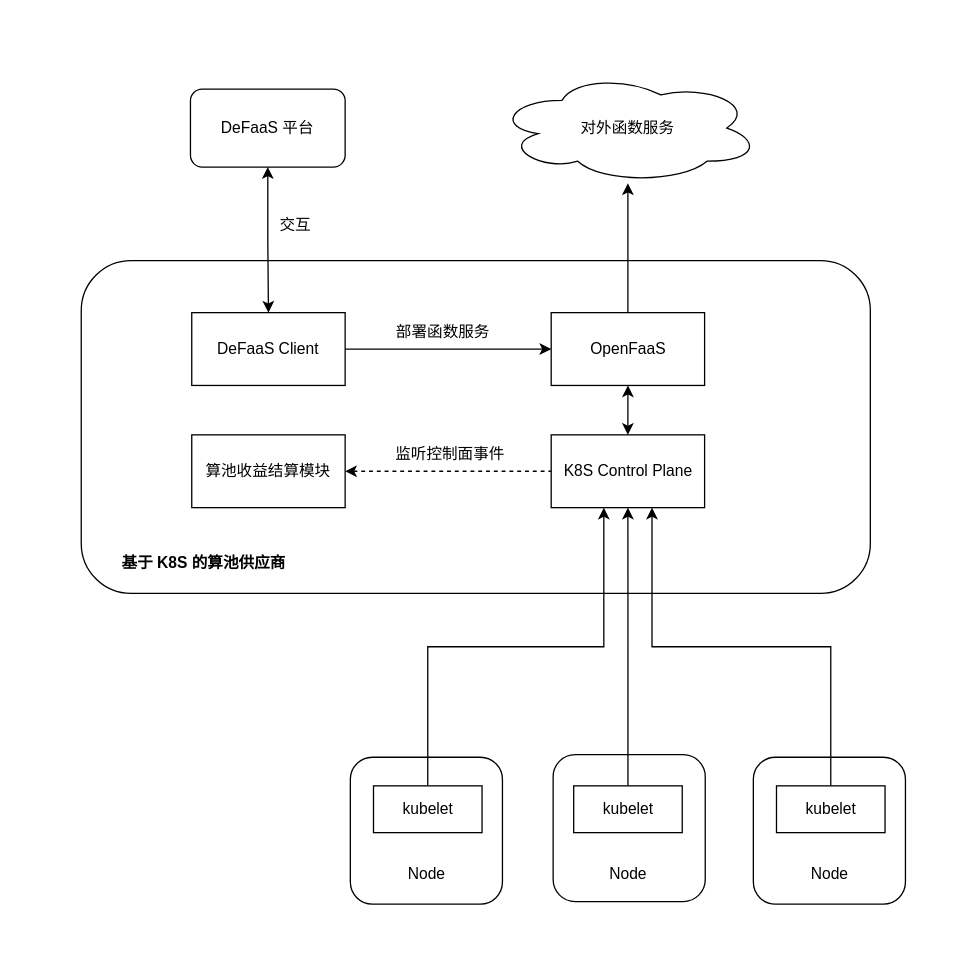
Above: docs/defaas-docs/defaas-imgs/K8S-based-Computing-Pool-Provider.drawio in BangHonor/DeFaaS (draw.io), before the change. Source tidied: cells renumbered, new cells numbered last; positions are measured from the earlier drawing's top-left corner, leaving out a move shared by most shapes. Both pictures are drawn from the tidied source at 130%, with x=0, y=0 at pixel (81, 72).
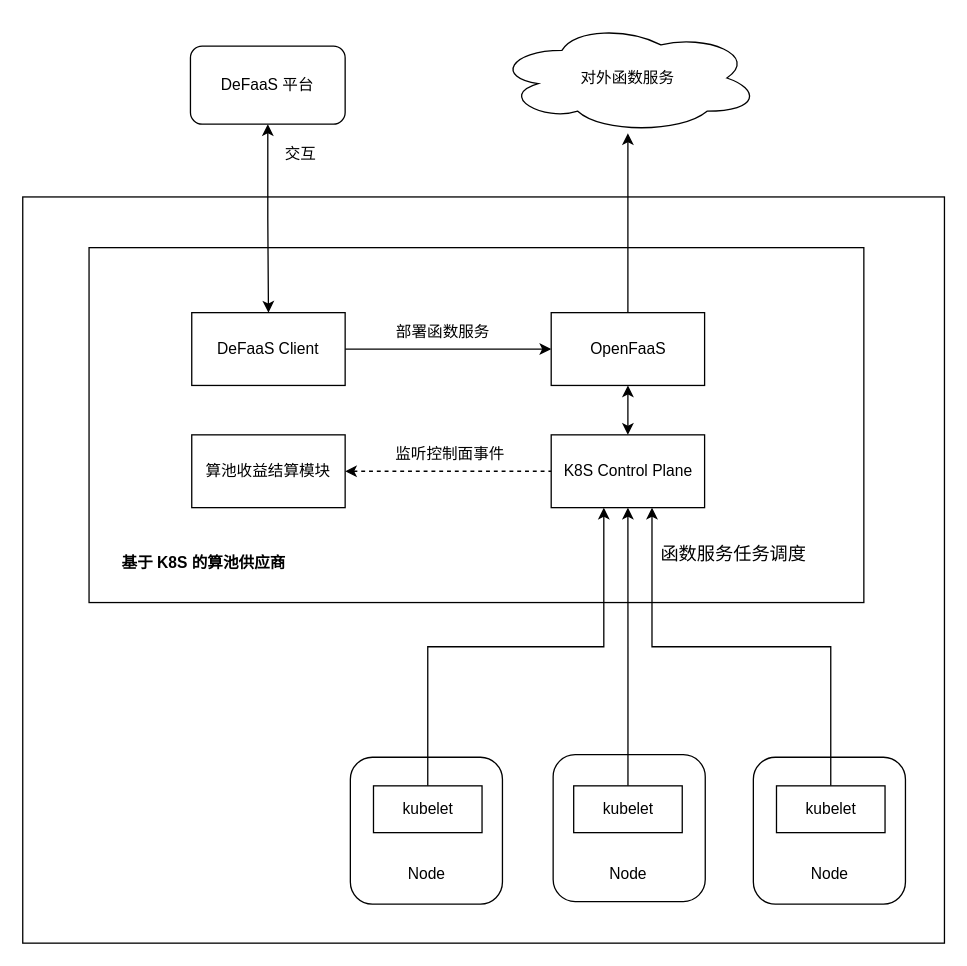
The same diagram, later.

Change to the diagram source:
```diff
@@
+    <mxCell id="30" style="rounded=0;whiteSpace=wrap;html=1;fontSize=14;" parent="1" vertex="1">
+      <mxGeometry x="-45" y="96" width="709" height="574" as="geometry" />
+    </mxCell>
+    <mxCell id="31" style="rounded=0;whiteSpace=wrap;html=1;fontSize=14;" parent="1" vertex="1">
+      <mxGeometry x="6" y="135" width="596" height="273" as="geometry" />
+    </mxCell>
@@
-    <mxCell id="3" style="rounded=1;whiteSpace=wrap;html=1;" parent="1" vertex="1">
-      <mxGeometry y="145" width="607" height="256" as="geometry" />
-    </mxCell>
@@
     <mxCell id="5" value="DeFaaS 平台" style="rounded=1;whiteSpace=wrap;html=1;" parent="1" vertex="1">
-      <mxGeometry x="84" y="13" width="119" height="60" as="geometry" />
+      <mxGeometry x="84" y="-20" width="119" height="60" as="geometry" />
     </mxCell>
@@
     <mxCell id="7" value="对外函数服务" style="ellipse;shape=cloud;whiteSpace=wrap;html=1;" parent="1" vertex="1">
-      <mxGeometry x="319" y="0.5" width="203" height="85" as="geometry" />
+      <mxGeometry x="319" y="-38" width="203" height="85" as="geometry" />
     </mxCell>
@@
     <mxCell id="27" value="交互" style="text;html=1;strokeColor=none;fillColor=none;align=center;verticalAlign=middle;whiteSpace=wrap;rounded=0;" parent="1" vertex="1">
-      <mxGeometry x="145" y="108" width="40" height="20" as="geometry" />
+      <mxGeometry x="149" y="53" width="40" height="20" as="geometry" />
     </mxCell>
@@
+    <mxCell id="32" value="函数服务任务调度" style="text;html=1;strokeColor=none;fillColor=none;align=center;verticalAlign=middle;whiteSpace=wrap;rounded=0;fontSize=14;" parent="1" vertex="1">
+      <mxGeometry x="440.5" y="360" width="122" height="22" as="geometry" />
+    </mxCell>
```
